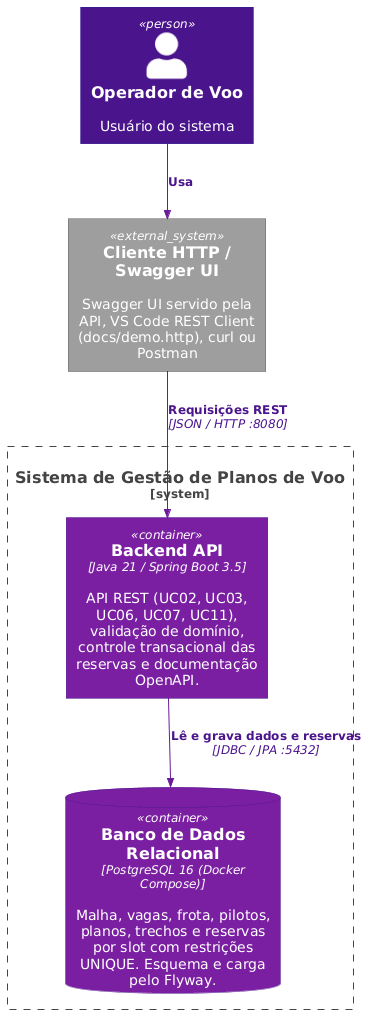
Before: docs/c4/nivel2-containers.png, a diagram exported from PlantUML (acpurper/PlanosDeVoo).
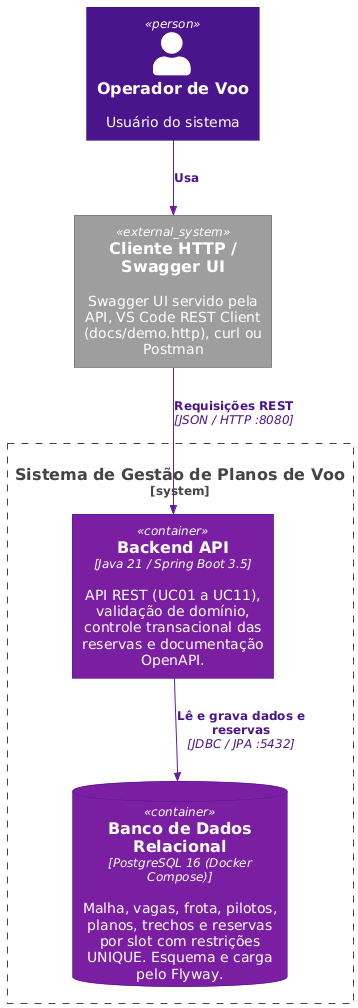
After the change.

The edit, as a diff of the source:
```diff
@@ -12,7 +12,7 @@
 System_Ext(cliente, "Cliente HTTP / Swagger UI", "Swagger UI servido pela API, VS Code REST Client (docs/demo.http), curl ou Postman")
 
 System_Boundary(c1, "Sistema de Gestão de Planos de Voo") {
-    Container(api, "Backend API", "Java 21 / Spring Boot 3.5", "API REST (UC02, UC03, UC06, UC07, UC11), validação de domínio, controle transacional das reservas e documentação OpenAPI.")
+    Container(api, "Backend API", "Java 21 / Spring Boot 3.5", "API REST (UC01 a UC11), validação de domínio, controle transacional das reservas e documentação OpenAPI.")
     ContainerDb(db, "Banco de Dados Relacional", "PostgreSQL 16 (Docker Compose)", "Malha, vagas, frota, pilotos, planos, trechos e reservas por slot com restrições UNIQUE. Esquema e carga pelo Flyway.")
 }
 
```
